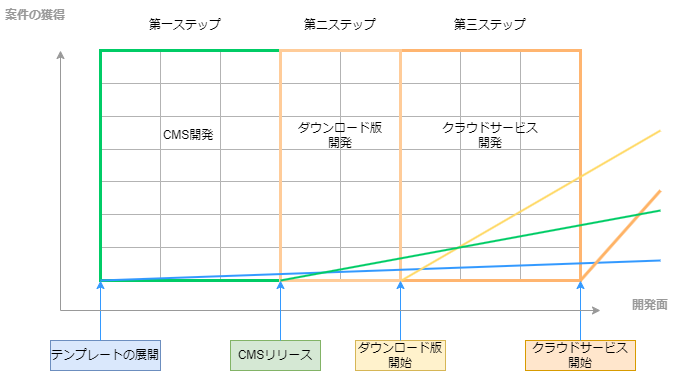
This is 収益化.drawio.png from buyodo/webgis-doc, a draw.io export, as it was before one commit. Source tidied: cells renumbered, new cells last; positions are measured from the earlier drawing's top-left corner, leaving out a move shared by most shapes.
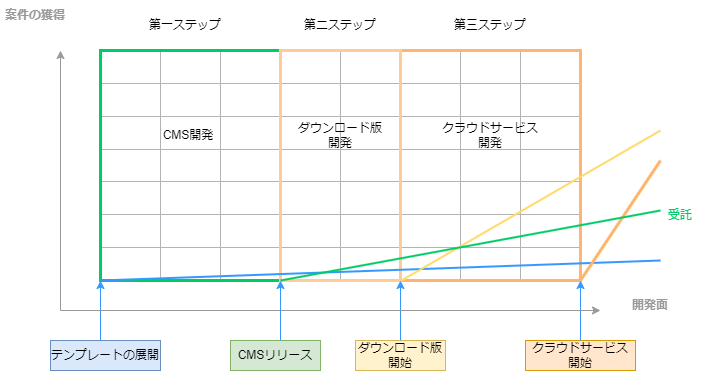
After the change.

Commit message:
収益化.drawio.png を更新します

The edit, as a diff of the source:
```diff
@@ -239,7 +239,7 @@
     <mxCell id="78" style="endArrow=none;html=1;rounded=0;strokeColor=#FFB366;strokeWidth=3;" parent="1" edge="1">
       <mxGeometry relative="1" as="geometry">
         <mxPoint x="580" y="280" as="sourcePoint" />
-        <mxPoint x="660" y="190" as="targetPoint" />
+        <mxPoint x="660" y="160" as="targetPoint" />
       </mxGeometry>
     </mxCell>
     <mxCell id="79" value="第二ステップ" style="text;html=1;strokeColor=none;fillColor=none;align=center;verticalAlign=middle;whiteSpace=wrap;rounded=0;" parent="1" vertex="1">
@@ -298,5 +298,8 @@
         <mxPoint x="660" y="210" as="targetPoint" />
       </mxGeometry>
     </mxCell>
+    <mxCell id="91" value="受託" style="text;html=1;strokeColor=none;fillColor=none;align=center;verticalAlign=middle;whiteSpace=wrap;rounded=0;strokeWidth=1;fontColor=#00CC66;" parent="1" vertex="1">
+      <mxGeometry x="650" y="200" width="60" height="30" as="geometry" />
+    </mxCell>
   </root>
 </mxGraphModel>
```
